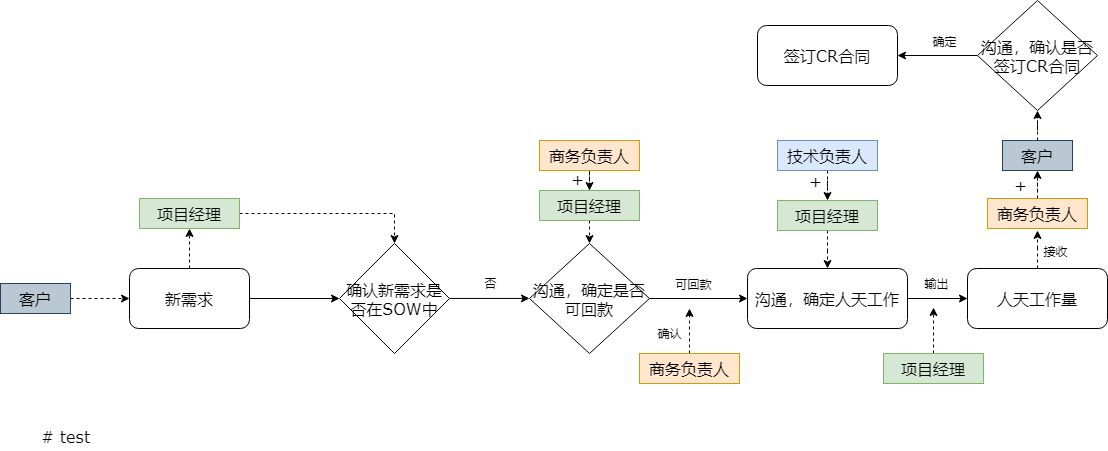
Earlier version of the draw.io export 新需求管理流程.png (swing-h/diagram). Source tidied: cells renumbered, new cells last; positions are measured from the earlier drawing's top-left corner, leaving out a move shared by most shapes. Source of this version:
```xml
<mxGraphModel>
  <root>
    <mxCell id="0" />
    <mxCell id="1" parent="0" />
    <mxCell id="2" style="edgeStyle=orthogonalEdgeStyle;rounded=0;jettySize=auto;html=1;fontFamily=Verdana;fontSize=16;entryX=0;entryY=0.5;entryDx=0;entryDy=0;entryPerimeter=0;" parent="1" edge="1" source="4" target="23">
      <mxGeometry relative="1" as="geometry" />
    </mxCell>
    <mxCell id="3" style="edgeStyle=orthogonalEdgeStyle;rounded=0;jettySize=auto;html=1;dashed=1;fontFamily=Verdana;fontSize=16;entryX=0.5;entryY=1;entryDx=0;entryDy=0;" parent="1" edge="1" source="4" target="17">
      <mxGeometry relative="1" as="geometry" />
    </mxCell>
    <mxCell id="4" value="新需求" style="rounded=1;whiteSpace=wrap;html=1;fontFamily=Verdana;fontSize=16;" parent="1" vertex="1">
      <mxGeometry x="129" y="268" width="120" height="60" as="geometry" />
    </mxCell>
    <mxCell id="5" style="edgeStyle=orthogonalEdgeStyle;rounded=0;orthogonalLoop=1;jettySize=auto;html=1;fontFamily=Verdana;fontSize=16;exitX=1;exitY=0.5;exitDx=0;exitDy=0;exitPerimeter=0;" parent="1" edge="1">
      <mxGeometry relative="1" as="geometry">
        <mxPoint x="449" y="297.9" as="sourcePoint" />
        <mxPoint x="529" y="297.9" as="targetPoint" />
      </mxGeometry>
    </mxCell>
    <mxCell id="6" value="否" style="edgeLabel;html=1;align=center;verticalAlign=middle;fontSize=12;fontFamily=Verdana;" parent="5" vertex="1">
      <mxGeometry x="-0.25" relative="1" as="geometry">
        <mxPoint x="10" y="-14.9" as="offset" />
      </mxGeometry>
    </mxCell>
    <mxCell id="7" style="edgeStyle=orthogonalEdgeStyle;rounded=0;jettySize=auto;html=1;fontFamily=Verdana;fontSize=16;exitX=1;exitY=0.5;exitDx=0;exitDy=0;exitPerimeter=0;" parent="1" edge="1" source="24" target="10">
      <mxGeometry relative="1" as="geometry" />
    </mxCell>
    <mxCell id="8" value="可回款" style="edgeLabel;html=1;align=center;verticalAlign=middle;fontSize=12;fontFamily=Verdana;" parent="7" vertex="1">
      <mxGeometry x="-0.12" y="1" relative="1" as="geometry">
        <mxPoint y="-14" as="offset" />
      </mxGeometry>
    </mxCell>
    <mxCell id="9" style="edgeStyle=orthogonalEdgeStyle;rounded=0;jettySize=auto;html=1;fontFamily=Verdana;fontSize=16;" parent="1" edge="1" source="10" target="13">
      <mxGeometry relative="1" as="geometry" />
    </mxCell>
    <mxCell id="10" value="沟通，确定人天工作" style="rounded=1;whiteSpace=wrap;html=1;fontFamily=Verdana;fontSize=16;" parent="1" vertex="1">
      <mxGeometry x="747" y="268" width="160" height="60" as="geometry" />
    </mxCell>
    <mxCell id="11" style="edgeStyle=orthogonalEdgeStyle;rounded=0;jettySize=auto;html=1;dashed=1;fontFamily=Verdana;fontSize=12;" parent="1" edge="1" source="13">
      <mxGeometry relative="1" as="geometry">
        <mxPoint x="1037" y="230" as="targetPoint" />
      </mxGeometry>
    </mxCell>
    <mxCell id="12" value="接收" style="edgeLabel;html=1;align=center;verticalAlign=middle;fontSize=12;fontFamily=Verdana;" parent="11" vertex="1">
      <mxGeometry x="0.05" y="2" relative="1" as="geometry">
        <mxPoint x="20" y="0.3" as="offset" />
      </mxGeometry>
    </mxCell>
    <mxCell id="13" value="人天工作量&lt;br&gt;" style="rounded=1;whiteSpace=wrap;html=1;fontFamily=Verdana;fontSize=16;" parent="1" vertex="1">
      <mxGeometry x="967" y="268" width="140" height="60" as="geometry" />
    </mxCell>
    <mxCell id="14" style="edgeStyle=orthogonalEdgeStyle;rounded=0;jettySize=auto;html=1;fontFamily=Verdana;fontSize=16;dashed=1;" parent="1" edge="1" source="15" target="4">
      <mxGeometry relative="1" as="geometry" />
    </mxCell>
    <mxCell id="15" value="客户" style="text;html=1;strokeColor=#23445d;fillColor=#bac8d3;align=center;verticalAlign=middle;whiteSpace=wrap;rounded=0;fontFamily=Verdana;fontSize=16;" parent="1" vertex="1">
      <mxGeometry y="283" width="70" height="30" as="geometry" />
    </mxCell>
    <mxCell id="16" style="edgeStyle=orthogonalEdgeStyle;rounded=0;jettySize=auto;html=1;entryX=0.5;entryY=0;entryDx=0;entryDy=0;dashed=1;fontFamily=Verdana;fontSize=16;entryPerimeter=0;" parent="1" edge="1" source="17" target="23">
      <mxGeometry relative="1" as="geometry" />
    </mxCell>
    <mxCell id="17" value="项目经理" style="text;html=1;strokeColor=#82b366;fillColor=#d5e8d4;align=center;verticalAlign=middle;whiteSpace=wrap;rounded=0;fontFamily=Verdana;fontSize=16;" parent="1" vertex="1">
      <mxGeometry x="139" y="198" width="100" height="30" as="geometry" />
    </mxCell>
    <mxCell id="18" style="edgeStyle=orthogonalEdgeStyle;rounded=0;jettySize=auto;html=1;dashed=1;fontFamily=Verdana;fontSize=16;" parent="1" edge="1" source="20">
      <mxGeometry relative="1" as="geometry">
        <mxPoint x="589" y="190" as="targetPoint" />
      </mxGeometry>
    </mxCell>
    <mxCell id="19" value="+" style="edgeLabel;html=1;align=center;verticalAlign=middle;fontSize=16;fontFamily=Verdana;" parent="18" vertex="1">
      <mxGeometry x="-0.77" y="1" relative="1" as="geometry">
        <mxPoint x="-14" y="1.2" as="offset" />
      </mxGeometry>
    </mxCell>
    <mxCell id="20" value="商务负责人" style="text;html=1;strokeColor=#d79b00;fillColor=#ffe6cc;align=center;verticalAlign=middle;whiteSpace=wrap;rounded=0;fontFamily=Verdana;fontSize=16;" parent="1" vertex="1">
      <mxGeometry x="539" y="140" width="100" height="30" as="geometry" />
    </mxCell>
    <mxCell id="21" style="edgeStyle=orthogonalEdgeStyle;rounded=0;jettySize=auto;html=1;dashed=1;fontFamily=Verdana;fontSize=16;" parent="1" edge="1" source="22">
      <mxGeometry relative="1" as="geometry">
        <mxPoint x="589" y="243" as="targetPoint" />
        <Array as="points">
          <mxPoint x="589" y="228" />
          <mxPoint x="589" y="228" />
        </Array>
      </mxGeometry>
    </mxCell>
    <mxCell id="22" value="项目经理" style="text;html=1;strokeColor=#82b366;fillColor=#d5e8d4;align=center;verticalAlign=middle;whiteSpace=wrap;rounded=0;fontFamily=Verdana;fontSize=16;" parent="1" vertex="1">
      <mxGeometry x="539" y="190" width="100" height="30" as="geometry" />
    </mxCell>
    <mxCell id="23" value="&lt;span&gt;确认新需求是否在SOW中&lt;/span&gt;" style="strokeWidth=1;html=1;shape=mxgraph.flowchart.decision;whiteSpace=wrap;fontFamily=Verdana;fontSize=16;" parent="1" vertex="1">
      <mxGeometry x="339" y="243" width="110" height="110" as="geometry" />
    </mxCell>
    <mxCell id="24" value="沟通，确定是否可回款" style="strokeWidth=1;html=1;shape=mxgraph.flowchart.decision;whiteSpace=wrap;fontFamily=Verdana;fontSize=16;" parent="1" vertex="1">
      <mxGeometry x="529" y="243" width="120" height="110" as="geometry" />
    </mxCell>
    <mxCell id="25" style="edgeStyle=orthogonalEdgeStyle;rounded=0;jettySize=auto;html=1;dashed=1;fontFamily=Verdana;fontSize=16;entryX=0.5;entryY=0;entryDx=0;entryDy=0;" parent="1" edge="1" source="27" target="29">
      <mxGeometry relative="1" as="geometry" />
    </mxCell>
    <mxCell id="26" value="+" style="edgeLabel;html=1;align=center;verticalAlign=middle;fontSize=16;fontFamily=Verdana;" parent="25" vertex="1">
      <mxGeometry x="-0.77" y="1" relative="1" as="geometry">
        <mxPoint x="-14" y="4.2" as="offset" />
      </mxGeometry>
    </mxCell>
    <mxCell id="27" value="技术负责人" style="text;html=1;strokeColor=#6c8ebf;fillColor=#dae8fc;align=center;verticalAlign=middle;whiteSpace=wrap;rounded=0;fontFamily=Verdana;fontSize=16;" parent="1" vertex="1">
      <mxGeometry x="777" y="140" width="100" height="30" as="geometry" />
    </mxCell>
    <mxCell id="28" style="edgeStyle=orthogonalEdgeStyle;rounded=0;jettySize=auto;html=1;dashed=1;fontFamily=Verdana;fontSize=16;" parent="1" edge="1" source="29" target="10">
      <mxGeometry relative="1" as="geometry" />
    </mxCell>
    <mxCell id="29" value="项目经理" style="text;html=1;strokeColor=#82b366;fillColor=#d5e8d4;align=center;verticalAlign=middle;whiteSpace=wrap;rounded=0;fontFamily=Verdana;fontSize=16;" parent="1" vertex="1">
      <mxGeometry x="777" y="200" width="100" height="30" as="geometry" />
    </mxCell>
    <mxCell id="30" style="edgeStyle=orthogonalEdgeStyle;rounded=0;jettySize=auto;html=1;dashed=1;fontFamily=Verdana;fontSize=16;" parent="1" edge="1" source="32">
      <mxGeometry relative="1" as="geometry">
        <mxPoint x="933" y="307" as="targetPoint" />
      </mxGeometry>
    </mxCell>
    <mxCell id="31" value="输出" style="edgeLabel;html=1;align=center;verticalAlign=middle;fontSize=12;fontFamily=Verdana;" parent="30" vertex="1">
      <mxGeometry x="-0.2" y="-1" relative="1" as="geometry">
        <mxPoint x="1" y="-52.9" as="offset" />
      </mxGeometry>
    </mxCell>
    <mxCell id="32" value="项目经理" style="text;html=1;strokeColor=#82b366;fillColor=#d5e8d4;align=center;verticalAlign=middle;whiteSpace=wrap;rounded=0;fontFamily=Verdana;fontSize=16;" parent="1" vertex="1">
      <mxGeometry x="883" y="353" width="100" height="30" as="geometry" />
    </mxCell>
    <mxCell id="33" style="edgeStyle=orthogonalEdgeStyle;rounded=0;jettySize=auto;html=1;entryX=0.5;entryY=1;entryDx=0;entryDy=0;dashed=1;fontFamily=Verdana;fontSize=12;" parent="1" edge="1" source="35" target="40">
      <mxGeometry relative="1" as="geometry" />
    </mxCell>
    <mxCell id="34" value="+" style="edgeLabel;html=1;align=center;verticalAlign=middle;fontSize=16;fontFamily=Verdana;" parent="33" vertex="1">
      <mxGeometry x="-0.55" relative="1" as="geometry">
        <mxPoint x="-18" y="-2" as="offset" />
      </mxGeometry>
    </mxCell>
    <mxCell id="35" value="商务负责人" style="text;html=1;strokeColor=#d79b00;fillColor=#ffe6cc;align=center;verticalAlign=middle;whiteSpace=wrap;rounded=0;fontFamily=Verdana;fontSize=16;" parent="1" vertex="1">
      <mxGeometry x="987" y="198" width="100" height="30" as="geometry" />
    </mxCell>
    <mxCell id="36" style="edgeStyle=orthogonalEdgeStyle;rounded=0;jettySize=auto;html=1;dashed=1;fontFamily=Verdana;fontSize=16;" parent="1" edge="1" source="37">
      <mxGeometry relative="1" as="geometry">
        <mxPoint x="689" y="308" as="targetPoint" />
      </mxGeometry>
    </mxCell>
    <mxCell id="37" value="商务负责人" style="text;html=1;strokeColor=#d79b00;fillColor=#ffe6cc;align=center;verticalAlign=middle;whiteSpace=wrap;rounded=0;fontFamily=Verdana;fontSize=16;" parent="1" vertex="1">
      <mxGeometry x="639" y="353" width="100" height="30" as="geometry" />
    </mxCell>
    <mxCell id="38" value="确认" style="text;html=1;align=center;verticalAlign=middle;fontSize=12;fontFamily=Verdana;" parent="1" vertex="1">
      <mxGeometry x="649" y="323" width="40" height="20" as="geometry" />
    </mxCell>
    <mxCell id="39" style="edgeStyle=orthogonalEdgeStyle;rounded=0;jettySize=auto;html=1;entryX=0.5;entryY=1;entryDx=0;entryDy=0;entryPerimeter=0;dashed=1;fontFamily=Verdana;fontSize=12;" parent="1" edge="1" source="40" target="43">
      <mxGeometry relative="1" as="geometry" />
    </mxCell>
    <mxCell id="40" value="客户" style="text;html=1;strokeColor=#23445d;fillColor=#bac8d3;align=center;verticalAlign=middle;whiteSpace=wrap;rounded=0;fontFamily=Verdana;fontSize=16;" parent="1" vertex="1">
      <mxGeometry x="1002" y="140" width="70" height="30" as="geometry" />
    </mxCell>
    <mxCell id="41" style="edgeStyle=orthogonalEdgeStyle;rounded=0;jettySize=auto;html=1;entryX=1;entryY=0.5;entryDx=0;entryDy=0;fontFamily=Verdana;fontSize=12;" parent="1" edge="1" source="43" target="44">
      <mxGeometry relative="1" as="geometry" />
    </mxCell>
    <mxCell id="42" value="确定" style="edgeLabel;html=1;align=center;verticalAlign=middle;fontSize=12;fontFamily=Verdana;" parent="41" vertex="1">
      <mxGeometry x="-0.14" relative="1" as="geometry">
        <mxPoint y="-15" as="offset" />
      </mxGeometry>
    </mxCell>
    <mxCell id="43" value="沟通，确认是否签订CR合同" style="strokeWidth=1;html=1;shape=mxgraph.flowchart.decision;whiteSpace=wrap;fontFamily=Verdana;fontSize=16;" parent="1" vertex="1">
      <mxGeometry x="977" width="120" height="110" as="geometry" />
    </mxCell>
    <mxCell id="44" value="签订CR合同&lt;br&gt;" style="rounded=1;whiteSpace=wrap;html=1;fontFamily=Verdana;fontSize=16;" parent="1" vertex="1">
      <mxGeometry x="757" y="25" width="140" height="60" as="geometry" />
    </mxCell>
    <mxCell id="45" value="# test" style="text;whiteSpace=wrap;html=1;fontSize=16;fontFamily=Verdana;" parent="1" vertex="1">
      <mxGeometry x="39" y="420" width="70" height="30" as="geometry" />
    </mxCell>
  </root>
</mxGraphModel>
```
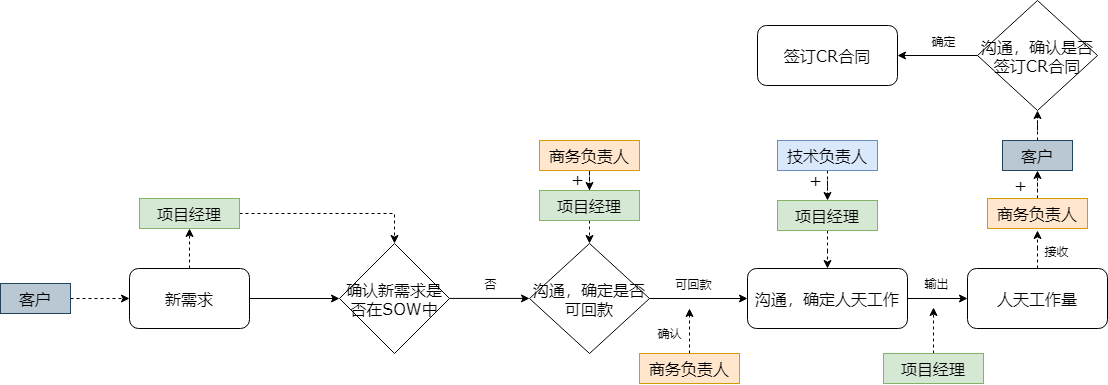
After the change.

Commit message:
Update 新需求管理流程.png

What changed in the source:
```diff
@@ -164,8 +164,5 @@
     <mxCell id="44" value="签订CR合同&lt;br&gt;" style="rounded=1;whiteSpace=wrap;html=1;fontFamily=Verdana;fontSize=16;" parent="1" vertex="1">
       <mxGeometry x="757" y="25" width="140" height="60" as="geometry" />
     </mxCell>
-    <mxCell id="45" value="# test" style="text;whiteSpace=wrap;html=1;fontSize=16;fontFamily=Verdana;" parent="1" vertex="1">
-      <mxGeometry x="39" y="420" width="70" height="30" as="geometry" />
-    </mxCell>
   </root>
 </mxGraphModel>
```
